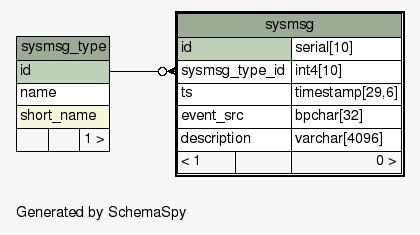
okharch/avox keeps this Graphviz diagram as db_schema/diagrams/sysmsg.1degree.png. Above is the earlier version. Its source is kept beside it as db_schema/diagrams/sysmsg.1degree.dot. Source of this version:
```dot
digraph "oneDegreeRelationshipsDiagram" {
  graph [
    rankdir="RL"
    bgcolor="#f7f7f7"
    label="\nGenerated by SchemaSpy"
    labeljust="l"
    nodesep="0.18"
    ranksep="0.46"
    fontname="Helvetica"
    fontsize="11"
  ];
  node [
    fontname="Helvetica"
    fontsize="11"
    shape="plaintext"
  ];
  edge [
    arrowsize="0.8"
  ];
  "sysmsg":"sysmsg_type_id":w -> "sysmsg_type":"id":e [arrowhead=none dir=back arrowtail=crowodot];
  "sysmsg" [
    label=<
    <TABLE BORDER="2" CELLBORDER="1" CELLSPACING="0" BGCOLOR="#ffffff">
      <TR><TD COLSPAN="3" BGCOLOR="#9bab96" ALIGN="CENTER">sysmsg</TD></TR>
      <TR><TD PORT="id" COLSPAN="2" BGCOLOR="#bed1b8" ALIGN="LEFT">id</TD><TD PORT="id.type" ALIGN="LEFT">serial[10]</TD></TR>
      <TR><TD PORT="sysmsg_type_id" COLSPAN="2" ALIGN="LEFT">sysmsg_type_id</TD><TD PORT="sysmsg_type_id.type" ALIGN="LEFT">int4[10]</TD></TR>
      <TR><TD PORT="ts" COLSPAN="2" ALIGN="LEFT">ts</TD><TD PORT="ts.type" ALIGN="LEFT">timestamp[29,6]</TD></TR>
      <TR><TD PORT="event_src" COLSPAN="2" ALIGN="LEFT">event_src</TD><TD PORT="event_src.type" ALIGN="LEFT">bpchar[32]</TD></TR>
      <TR><TD PORT="description" COLSPAN="2" ALIGN="LEFT">description</TD><TD PORT="description.type" ALIGN="LEFT">varchar[4096]</TD></TR>
      <TR><TD ALIGN="LEFT" BGCOLOR="#f7f7f7">&lt; 1</TD><TD ALIGN="RIGHT" BGCOLOR="#f7f7f7">  </TD><TD ALIGN="RIGHT" BGCOLOR="#f7f7f7">0 &gt;</TD></TR>
    </TABLE>>
    URL="sysmsg.html"
    tooltip="sysmsg"
  ];
  "sysmsg_type" [
    label=<
    <TABLE BORDER="0" CELLBORDER="1" CELLSPACING="0" BGCOLOR="#ffffff">
      <TR><TD COLSPAN="3" BGCOLOR="#9bab96" ALIGN="CENTER">sysmsg_type</TD></TR>
      <TR><TD PORT="id" COLSPAN="3" BGCOLOR="#bed1b8" ALIGN="LEFT">id</TD></TR>
      <TR><TD PORT="name" COLSPAN="3" ALIGN="LEFT">name</TD></TR>
      <TR><TD PORT="short_name" COLSPAN="3" BGCOLOR="#f4f7da" ALIGN="LEFT">short_name</TD></TR>
      <TR><TD ALIGN="LEFT" BGCOLOR="#f7f7f7">  </TD><TD ALIGN="RIGHT" BGCOLOR="#f7f7f7">  </TD><TD ALIGN="RIGHT" BGCOLOR="#f7f7f7">1 &gt;</TD></TR>
    </TABLE>>
    URL="sysmsg_type.html"
    tooltip="sysmsg_type"
  ];
}
```
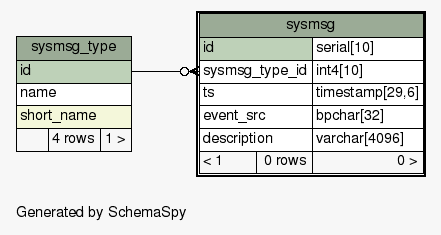
Later version of the same file.

Change to the diagram source:
```diff
@@ -27,7 +27,7 @@
       <TR><TD PORT="ts" COLSPAN="2" ALIGN="LEFT">ts</TD><TD PORT="ts.type" ALIGN="LEFT">timestamp[29,6]</TD></TR>
       <TR><TD PORT="event_src" COLSPAN="2" ALIGN="LEFT">event_src</TD><TD PORT="event_src.type" ALIGN="LEFT">bpchar[32]</TD></TR>
       <TR><TD PORT="description" COLSPAN="2" ALIGN="LEFT">description</TD><TD PORT="description.type" ALIGN="LEFT">varchar[4096]</TD></TR>
-      <TR><TD ALIGN="LEFT" BGCOLOR="#f7f7f7">&lt; 1</TD><TD ALIGN="RIGHT" BGCOLOR="#f7f7f7">  </TD><TD ALIGN="RIGHT" BGCOLOR="#f7f7f7">0 &gt;</TD></TR>
+      <TR><TD ALIGN="LEFT" BGCOLOR="#f7f7f7">&lt; 1</TD><TD ALIGN="RIGHT" BGCOLOR="#f7f7f7">0 rows</TD><TD ALIGN="RIGHT" BGCOLOR="#f7f7f7">0 &gt;</TD></TR>
     </TABLE>>
     URL="sysmsg.html"
     tooltip="sysmsg"
@@ -39,7 +39,7 @@
       <TR><TD PORT="id" COLSPAN="3" BGCOLOR="#bed1b8" ALIGN="LEFT">id</TD></TR>
       <TR><TD PORT="name" COLSPAN="3" ALIGN="LEFT">name</TD></TR>
       <TR><TD PORT="short_name" COLSPAN="3" BGCOLOR="#f4f7da" ALIGN="LEFT">short_name</TD></TR>
-      <TR><TD ALIGN="LEFT" BGCOLOR="#f7f7f7">  </TD><TD ALIGN="RIGHT" BGCOLOR="#f7f7f7">  </TD><TD ALIGN="RIGHT" BGCOLOR="#f7f7f7">1 &gt;</TD></TR>
+      <TR><TD ALIGN="LEFT" BGCOLOR="#f7f7f7">  </TD><TD ALIGN="RIGHT" BGCOLOR="#f7f7f7">4 rows</TD><TD ALIGN="RIGHT" BGCOLOR="#f7f7f7">1 &gt;</TD></TR>
     </TABLE>>
     URL="sysmsg_type.html"
     tooltip="sysmsg_type"
```
